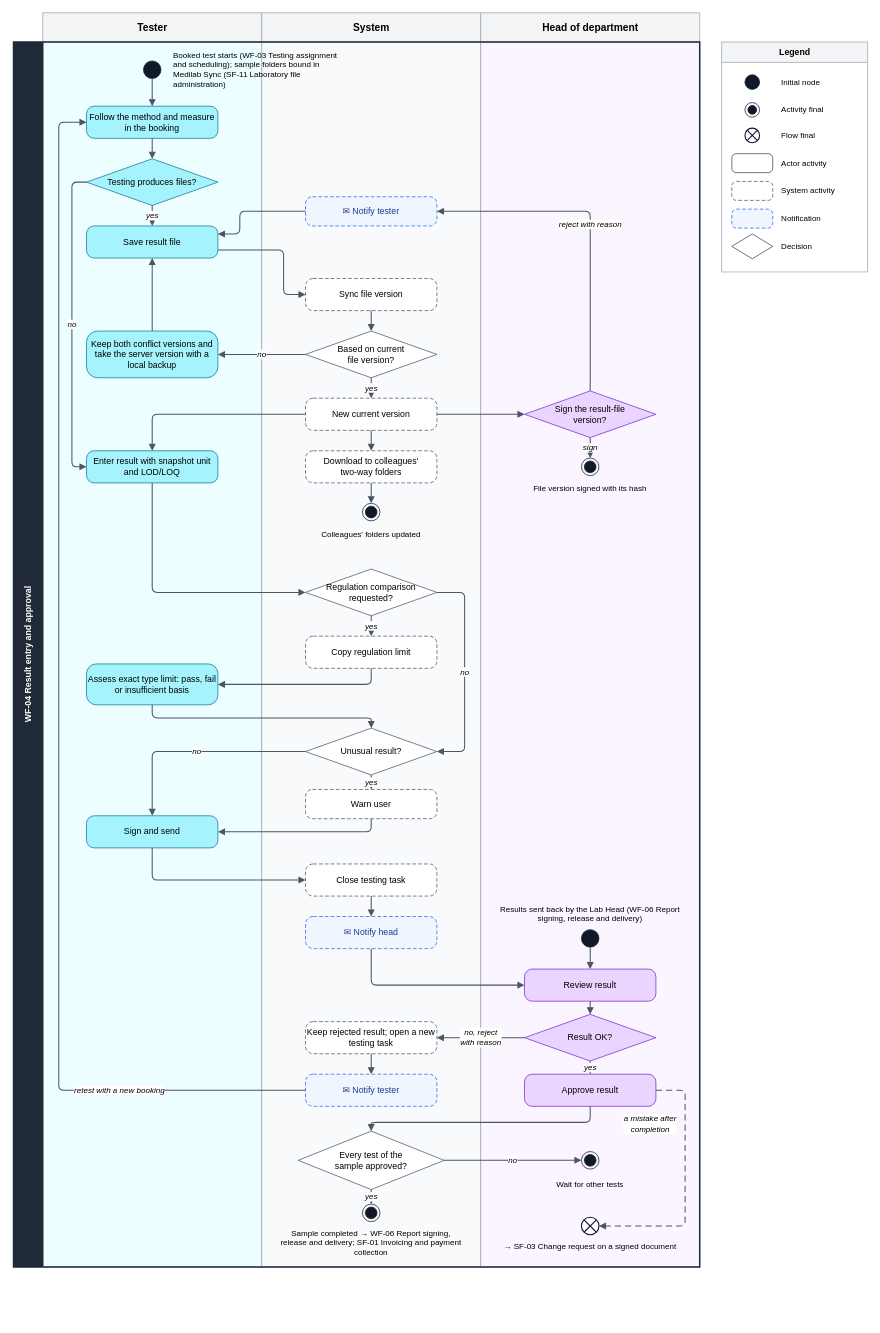
The draw.io diagram page "WF-04 Workflow" (1 of 2) of docs/reports/activity-diagram/flows-work-of-tuyen/[Flow] WF-04 Result entry and approval.drawio in SoltuneMontepre/medilab, before the edit. Source tidied: cells renumbered, new cells numbered last; positions are measured from the earlier drawing's top-left corner, leaving out a move shared by most shapes. Both pictures are drawn from the tidied source at 73%, with x=0, y=0 at pixel (13, 12).
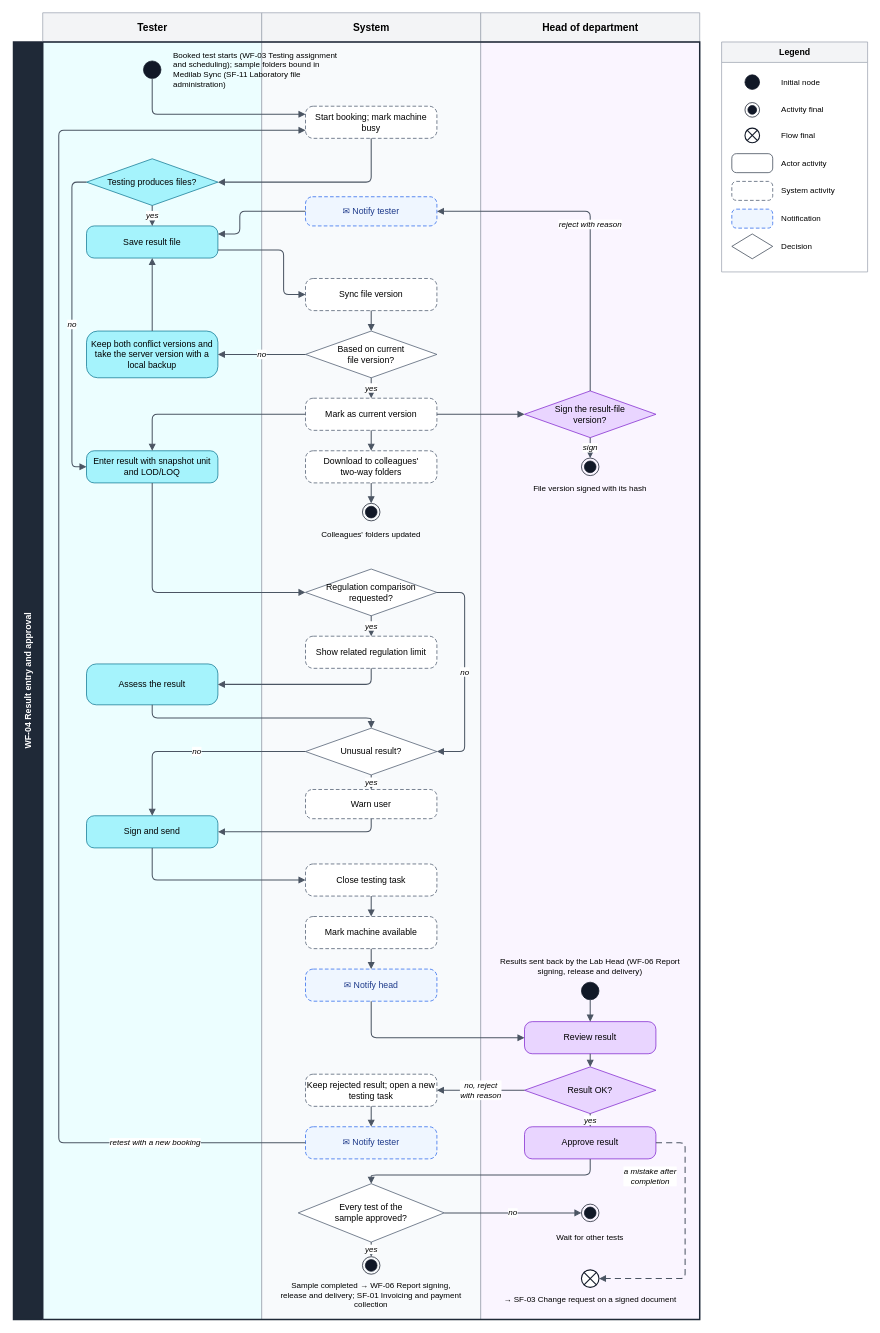
The same page after the edit.

Unchanged cells that the change refers to:
```xml
<mxCell id="5" style="ellipse;html=1;fillColor=#111827;strokeColor=#111827;" parent="1" vertex="1">
  <mxGeometry x="178" y="66" width="24" height="24" as="geometry" />
</mxCell>
<mxCell id="10" value="Testing produces files?" style="rhombus;whiteSpace=wrap;html=1;fontSize=12;fillColor=#A5F3FC;strokeColor=#0E7490;" parent="1" vertex="1">
  <mxGeometry x="100" y="200" width="180" height="64" as="geometry" />
</mxCell>
<mxCell id="32" value="Close testing task" style="rounded=1;arcSize=24;dashed=1;dashPattern=5 3;whiteSpace=wrap;html=1;fontSize=12;fillColor=#FFFFFF;strokeColor=#475569;" parent="1" vertex="1">
  <mxGeometry x="400" y="1166" width="180" height="44" as="geometry" />
</mxCell>
```

What changed in the source:
```diff
@@
     <mxCell id="2" value="Tester" style="swimlane;startSize=40;fillColor=#F3F4F6;swimlaneFillColor=#ECFEFF;strokeColor=#9CA3AF;fontStyle=1;fontSize=14;html=1;" parent="1" vertex="1">
-      <mxGeometry x="40" width="300" height="1718" as="geometry" />
+      <mxGeometry x="40" width="300" height="1790" as="geometry" />
     </mxCell>
     <mxCell id="3" value="System" style="swimlane;startSize=40;fillColor=#F3F4F6;swimlaneFillColor=#F8FAFC;strokeColor=#9CA3AF;fontStyle=1;fontSize=14;html=1;" parent="1" vertex="1">
-      <mxGeometry x="340" width="300" height="1718" as="geometry" />
+      <mxGeometry x="340" width="300" height="1790" as="geometry" />
     </mxCell>
     <mxCell id="4" value="Head of department" style="swimlane;startSize=40;fillColor=#F3F4F6;swimlaneFillColor=#FAF5FF;strokeColor=#9CA3AF;fontStyle=1;fontSize=14;html=1;" parent="1" vertex="1">
-      <mxGeometry x="640" width="300" height="1718" as="geometry" />
+      <mxGeometry x="640" width="300" height="1790" as="geometry" />
     </mxCell>
@@
     <mxCell id="7" style="ellipse;html=1;fillColor=#111827;strokeColor=#111827;" parent="1" vertex="1">
-      <mxGeometry x="778" y="1256" width="24" height="24" as="geometry" />
+      <mxGeometry x="778" y="1328" width="24" height="24" as="geometry" />
     </mxCell>
     <mxCell id="8" value="Results sent back by the Lab Head (WF-06 Report signing, release and delivery)" style="text;html=1;whiteSpace=wrap;fontSize=11;verticalAlign=bottom;align=center;" parent="1" vertex="1">
-      <mxGeometry x="665" y="1206" width="250" height="44" as="geometry" />
+      <mxGeometry x="665" y="1278" width="250" height="44" as="geometry" />
     </mxCell>
-    <mxCell id="9" value="Follow the method and measure in the booking" style="rounded=1;arcSize=24;whiteSpace=wrap;html=1;fontSize=12;fillColor=#A5F3FC;strokeColor=#0E7490;" parent="1" vertex="1">
-      <mxGeometry x="100" y="128" width="180" height="44" as="geometry" />
-    </mxCell>
+    <mxCell id="97" value="Start booking; mark machine busy" style="rounded=1;arcSize=24;dashed=1;dashPattern=5 3;whiteSpace=wrap;html=1;fontSize=12;fillColor=#FFFFFF;strokeColor=#475569;" parent="1" vertex="1">
+      <mxGeometry x="400" y="128" width="180" height="44" as="geometry" />
+    </mxCell>
@@
-    <mxCell id="15" value="New current version" style="rounded=1;arcSize=24;dashed=1;dashPattern=5 3;whiteSpace=wrap;html=1;fontSize=12;fillColor=#FFFFFF;strokeColor=#475569;" parent="1" vertex="1">
+    <mxCell id="15" value="Mark as current version" style="rounded=1;arcSize=24;dashed=1;dashPattern=5 3;whiteSpace=wrap;html=1;fontSize=12;fillColor=#FFFFFF;strokeColor=#475569;" parent="1" vertex="1">
       <mxGeometry x="400" y="528" width="180" height="44" as="geometry" />
     </mxCell>
@@
-    <mxCell id="20" value="Copy regulation limit" style="rounded=1;arcSize=24;dashed=1;dashPattern=5 3;whiteSpace=wrap;html=1;fontSize=12;fillColor=#FFFFFF;strokeColor=#475569;" parent="1" vertex="1">
+    <mxCell id="20" value="Show related regulation limit" style="rounded=1;arcSize=24;dashed=1;dashPattern=5 3;whiteSpace=wrap;html=1;fontSize=12;fillColor=#FFFFFF;strokeColor=#475569;" parent="1" vertex="1">
       <mxGeometry x="400" y="854" width="180" height="44" as="geometry" />
     </mxCell>
-    <mxCell id="21" value="Assess exact type limit: pass, fail or insufficient basis" style="rounded=1;arcSize=24;whiteSpace=wrap;html=1;fontSize=12;fillColor=#A5F3FC;strokeColor=#0E7490;" parent="1" vertex="1">
+    <mxCell id="21" value="Assess the result" style="rounded=1;arcSize=24;whiteSpace=wrap;html=1;fontSize=12;fillColor=#A5F3FC;strokeColor=#0E7490;" parent="1" vertex="1">
       <mxGeometry x="100" y="892" width="180" height="56" as="geometry" />
     </mxCell>
@@
     <mxCell id="25" value="✉ Notify head" style="rounded=1;arcSize=24;dashed=1;dashPattern=5 3;whiteSpace=wrap;html=1;fontSize=12;fillColor=#EFF6FF;strokeColor=#2563EB;fontColor=#1E3A8A;" parent="1" vertex="1">
-      <mxGeometry x="400" y="1238" width="180" height="44" as="geometry" />
+      <mxGeometry x="400" y="1310" width="180" height="44" as="geometry" />
     </mxCell>
     <mxCell id="26" value="Review result" style="rounded=1;arcSize=24;whiteSpace=wrap;html=1;fontSize=12;fillColor=#E9D5FF;strokeColor=#7E22CE;" parent="1" vertex="1">
-      <mxGeometry x="700" y="1310" width="180" height="44" as="geometry" />
+      <mxGeometry x="700" y="1382" width="180" height="44" as="geometry" />
     </mxCell>
     <mxCell id="27" value="Result OK?" style="rhombus;whiteSpace=wrap;html=1;fontSize=12;fillColor=#E9D5FF;strokeColor=#7E22CE;" parent="1" vertex="1">
-      <mxGeometry x="700" y="1372" width="180" height="64" as="geometry" />
+      <mxGeometry x="700" y="1444" width="180" height="64" as="geometry" />
     </mxCell>
     <mxCell id="28" value="Keep rejected result; open a new testing task" style="rounded=1;arcSize=24;dashed=1;dashPattern=5 3;whiteSpace=wrap;html=1;fontSize=12;fillColor=#FFFFFF;strokeColor=#475569;" parent="1" vertex="1">
-      <mxGeometry x="400" y="1382" width="180" height="44" as="geometry" />
+      <mxGeometry x="400" y="1454" width="180" height="44" as="geometry" />
     </mxCell>
     <mxCell id="29" value="✉ Notify tester" style="rounded=1;arcSize=24;dashed=1;dashPattern=5 3;whiteSpace=wrap;html=1;fontSize=12;fillColor=#EFF6FF;strokeColor=#2563EB;fontColor=#1E3A8A;" parent="1" vertex="1">
-      <mxGeometry x="400" y="1454" width="180" height="44" as="geometry" />
+      <mxGeometry x="400" y="1526" width="180" height="44" as="geometry" />
     </mxCell>
     <mxCell id="30" value="Approve result" style="rounded=1;arcSize=24;whiteSpace=wrap;html=1;fontSize=12;fillColor=#E9D5FF;strokeColor=#7E22CE;" parent="1" vertex="1">
-      <mxGeometry x="700" y="1454" width="180" height="44" as="geometry" />
+      <mxGeometry x="700" y="1526" width="180" height="44" as="geometry" />
     </mxCell>
@@
+    <mxCell id="98" value="Mark machine available" style="rounded=1;arcSize=24;dashed=1;dashPattern=5 3;whiteSpace=wrap;html=1;fontSize=12;fillColor=#FFFFFF;strokeColor=#475569;" parent="1" vertex="1">
+      <mxGeometry x="400" y="1238" width="180" height="44" as="geometry" />
+    </mxCell>
     <mxCell id="33" value="Every test of the&lt;br&gt;sample approved?" style="rhombus;whiteSpace=wrap;html=1;fontSize=12;fillColor=#FFFFFF;strokeColor=#475569;" parent="1" vertex="1">
-      <mxGeometry x="390" y="1532" width="200" height="80" as="geometry" />
+      <mxGeometry x="390" y="1604" width="200" height="80" as="geometry" />
     </mxCell>
     <mxCell id="34" style="shape=endState;html=1;fillColor=#111827;strokeColor=#111827;" parent="1" vertex="1">
-      <mxGeometry x="778" y="1560" width="24" height="24" as="geometry" />
+      <mxGeometry x="778" y="1632" width="24" height="24" as="geometry" />
     </mxCell>
     <mxCell id="35" value="Wait for other tests" style="text;html=1;whiteSpace=wrap;fontSize=11;verticalAlign=middle;align=center;" parent="1" vertex="1">
-      <mxGeometry x="665" y="1591" width="250" height="28" as="geometry" />
+      <mxGeometry x="665" y="1663" width="250" height="28" as="geometry" />
     </mxCell>
     <mxCell id="36" style="shape=endState;html=1;fillColor=#111827;strokeColor=#111827;" parent="1" vertex="1">
-      <mxGeometry x="478" y="1632" width="24" height="24" as="geometry" />
+      <mxGeometry x="478" y="1704" width="24" height="24" as="geometry" />
     </mxCell>
     <mxCell id="37" value="Sample completed → WF-06 Report signing, release and delivery; SF-01 Invoicing and payment collection" style="text;html=1;whiteSpace=wrap;fontSize=11;verticalAlign=middle;align=center;" parent="1" vertex="1">
-      <mxGeometry x="365" y="1663" width="250" height="44" as="geometry" />
+      <mxGeometry x="365" y="1735" width="250" height="44" as="geometry" />
     </mxCell>
     <mxCell id="38" style="shape=sumEllipse;perimeter=ellipsePerimeter;html=1;fillColor=#FFFFFF;strokeColor=#111827;strokeWidth=1.5;" parent="1" vertex="1">
-      <mxGeometry x="778" y="1650" width="24" height="24" as="geometry" />
+      <mxGeometry x="778" y="1722" width="24" height="24" as="geometry" />
     </mxCell>
     <mxCell id="39" value="→ SF-03 Change request on a signed document" style="text;html=1;whiteSpace=wrap;fontSize=11;verticalAlign=middle;align=center;" parent="1" vertex="1">
-      <mxGeometry x="665" y="1676" width="250" height="28" as="geometry" />
+      <mxGeometry x="665" y="1748" width="250" height="28" as="geometry" />
     </mxCell>
@@
-    <mxCell id="44" style="edgeStyle=orthogonalEdgeStyle;rounded=1;arcSize=14;strokeColor=#4B5563;strokeWidth=1.4;endArrow=block;endFill=1;endSize=6;fontSize=11;fontStyle=2;labelBackgroundColor=#ffffff;jumpStyle=arc;jumpSize=8;html=1;exitX=0.5;exitY=1;exitDx=0;exitDy=0;entryX=0.5;entryY=0;entryDx=0;entryDy=0;" parent="1" edge="1" source="5" target="9">
-      <mxGeometry relative="1" as="geometry" />
+    <mxCell id="44" style="edgeStyle=orthogonalEdgeStyle;rounded=1;arcSize=14;strokeColor=#4B5563;strokeWidth=1.4;endArrow=block;endFill=1;endSize=6;fontSize=11;fontStyle=2;labelBackgroundColor=#ffffff;jumpStyle=arc;jumpSize=8;html=1;exitX=0.5;exitY=1;exitDx=0;exitDy=0;entryX=0;entryY=0.25;entryDx=0;entryDy=0;" parent="1" edge="1" source="5" target="97">
+      <mxGeometry relative="1" as="geometry">
+        <Array as="points">
+          <mxPoint x="190" y="139" />
+        </Array>
+      </mxGeometry>
     </mxCell>
-    <mxCell id="45" style="edgeStyle=orthogonalEdgeStyle;rounded=1;arcSize=14;strokeColor=#4B5563;strokeWidth=1.4;endArrow=block;endFill=1;endSize=6;fontSize=11;fontStyle=2;labelBackgroundColor=#ffffff;jumpStyle=arc;jumpSize=8;html=1;exitX=0.5;exitY=1;exitDx=0;exitDy=0;entryX=0.5;entryY=0;entryDx=0;entryDy=0;" parent="1" edge="1" source="9" target="10">
-      <mxGeometry relative="1" as="geometry" />
+    <mxCell id="45" style="edgeStyle=orthogonalEdgeStyle;rounded=1;arcSize=14;strokeColor=#4B5563;strokeWidth=1.4;endArrow=block;endFill=1;endSize=6;fontSize=11;fontStyle=2;labelBackgroundColor=#ffffff;jumpStyle=arc;jumpSize=8;html=1;exitX=0.5;exitY=1;exitDx=0;exitDy=0;entryX=1;entryY=0.5;entryDx=0;entryDy=0;" parent="1" edge="1" source="97" target="10">
+      <mxGeometry relative="1" as="geometry">
+        <Array as="points">
+          <mxPoint x="490" y="232" />
+        </Array>
+      </mxGeometry>
     </mxCell>
@@
     <mxCell id="55" style="edgeStyle=orthogonalEdgeStyle;rounded=1;arcSize=14;strokeColor=#4B5563;strokeWidth=1.4;endArrow=block;endFill=1;endSize=6;fontSize=11;fontStyle=2;labelBackgroundColor=#ffffff;jumpStyle=arc;jumpSize=8;html=1;exitX=0.5;exitY=1;exitDx=0;exitDy=0;entryX=0;entryY=0.5;entryDx=0;entryDy=0;" parent="1" edge="1" source="25" target="26">
       <mxGeometry relative="1" as="geometry">
         <Array as="points">
-          <mxPoint x="490" y="1332" />
+          <mxPoint x="490" y="1404" />
         </Array>
       </mxGeometry>
     </mxCell>
@@
-    <mxCell id="59" value="retest with a new booking" style="edgeStyle=orthogonalEdgeStyle;rounded=1;arcSize=14;strokeColor=#4B5563;strokeWidth=1.4;endArrow=block;endFill=1;endSize=6;fontSize=11;fontStyle=2;labelBackgroundColor=#ffffff;jumpStyle=arc;jumpSize=8;html=1;exitX=0;exitY=0.5;exitDx=0;exitDy=0;entryX=0;entryY=0.5;entryDx=0;entryDy=0;" parent="1" edge="1" source="29" target="9">
-      <mxGeometry x="-0.7" relative="1" as="geometry">
+    <mxCell id="59" value="retest with a new booking" style="edgeStyle=orthogonalEdgeStyle;rounded=1;arcSize=14;strokeColor=#4B5563;strokeWidth=1.4;endArrow=block;endFill=1;endSize=6;fontSize=11;fontStyle=2;labelBackgroundColor=#ffffff;jumpStyle=arc;jumpSize=8;html=1;exitX=0;exitY=0.5;exitDx=0;exitDy=0;entryX=0;entryY=0.75;entryDx=0;entryDy=0;" parent="1" edge="1" source="29" target="97">
+      <mxGeometry x="-0.8" relative="1" as="geometry">
         <Array as="points">
-          <mxPoint x="62" y="1476" />
-          <mxPoint x="62" y="150" />
+          <mxPoint x="62" y="1548" />
+          <mxPoint x="62" y="161" />
         </Array>
       </mxGeometry>
     </mxCell>
@@
     <mxCell id="61" style="edgeStyle=orthogonalEdgeStyle;rounded=1;arcSize=14;strokeColor=#4B5563;strokeWidth=1.4;endArrow=block;endFill=1;endSize=6;fontSize=11;fontStyle=2;labelBackgroundColor=#ffffff;jumpStyle=arc;jumpSize=8;html=1;exitX=0.5;exitY=1;exitDx=0;exitDy=0;entryX=0.5;entryY=0;entryDx=0;entryDy=0;" parent="1" edge="1" source="30" target="33">
       <mxGeometry relative="1" as="geometry">
         <Array as="points">
-          <mxPoint x="790" y="1520" />
-          <mxPoint x="490" y="1520" />
+          <mxPoint x="790" y="1592" />
+          <mxPoint x="490" y="1592" />
         </Array>
       </mxGeometry>
     </mxCell>
@@
-    <mxCell id="63" style="edgeStyle=orthogonalEdgeStyle;rounded=1;arcSize=14;strokeColor=#4B5563;strokeWidth=1.4;endArrow=block;endFill=1;endSize=6;fontSize=11;fontStyle=2;labelBackgroundColor=#ffffff;jumpStyle=arc;jumpSize=8;html=1;exitX=0.5;exitY=1;exitDx=0;exitDy=0;entryX=0.5;entryY=0;entryDx=0;entryDy=0;" parent="1" edge="1" source="32" target="25">
+    <mxCell id="63" style="edgeStyle=orthogonalEdgeStyle;rounded=1;arcSize=14;strokeColor=#4B5563;strokeWidth=1.4;endArrow=block;endFill=1;endSize=6;fontSize=11;fontStyle=2;labelBackgroundColor=#ffffff;jumpStyle=arc;jumpSize=8;html=1;exitX=0.5;exitY=1;exitDx=0;exitDy=0;entryX=0.5;entryY=0;entryDx=0;entryDy=0;" parent="1" edge="1" source="32" target="98">
       <mxGeometry relative="1" as="geometry" />
     </mxCell>
@@
     <mxCell id="80" value="a mistake after&lt;br&gt;completion" style="edgeStyle=orthogonalEdgeStyle;rounded=1;arcSize=14;strokeColor=#4B5563;strokeWidth=1.4;endArrow=block;endFill=1;endSize=6;fontSize=11;fontStyle=2;labelBackgroundColor=#ffffff;jumpStyle=arc;jumpSize=8;html=1;dashed=1;dashPattern=6 4;exitX=1;exitY=0.5;exitDx=0;exitDy=0;entryX=1;entryY=0.5;entryDx=0;entryDy=0;" parent="1" edge="1" source="30" target="38">
       <mxGeometry x="-0.5" relative="1" as="geometry">
         <Array as="points">
-          <mxPoint x="920" y="1476" />
-          <mxPoint x="920" y="1662" />
+          <mxPoint x="920" y="1548" />
+          <mxPoint x="920" y="1734" />
         </Array>
         <mxPoint x="-48" as="offset" />
       </mxGeometry>
     </mxCell>
+    <mxCell id="99" style="edgeStyle=orthogonalEdgeStyle;rounded=1;arcSize=14;strokeColor=#4B5563;strokeWidth=1.4;endArrow=block;endFill=1;endSize=6;fontSize=11;fontStyle=2;labelBackgroundColor=#ffffff;jumpStyle=arc;jumpSize=8;html=1;exitX=0.5;exitY=1;exitDx=0;exitDy=0;entryX=0.5;entryY=0;entryDx=0;entryDy=0;" parent="1" edge="1" source="98" target="25">
+      <mxGeometry relative="1" as="geometry" />
+    </mxCell>
     <mxCell id="81" value="WF-04 Result entry and approval" style="swimlane;horizontal=0;startSize=40;fillColor=#1F2937;fontColor=#FFFFFF;swimlaneFillColor=none;strokeColor=#1F2937;strokeWidth=2;fontStyle=1;fontSize=12;whiteSpace=wrap;html=1;" parent="1" vertex="1">
-      <mxGeometry y="40" width="940" height="1678" as="geometry" />
+      <mxGeometry y="40" width="940" height="1750" as="geometry" />
     </mxCell>
```
